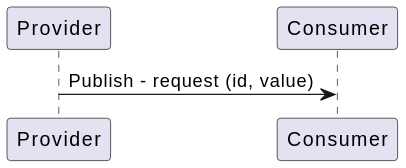
Before: docs/design/diagrams/publish_sequence.svg, a diagram exported from PlantUML (eclipse-ibeji/ibeji).
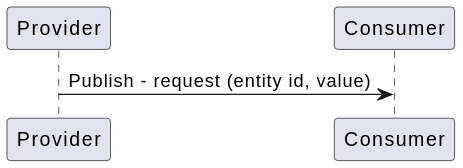
The same file after the commit.

Change to the diagram source:
```diff
@@ -2,5 +2,5 @@
 participant "Provider"
 participant "Consumer"
 
-"Provider" -> "Consumer" : Publish - request (id, value)
+"Provider" -> "Consumer" : Publish - request (entity id, value)
 @enduml
```
